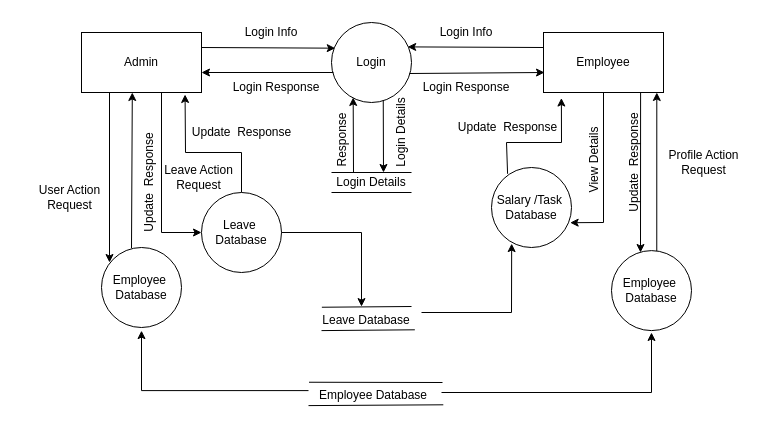
The draw.io diagram DFD1.drawio in R0shina/ems, before the edit. Source tidied: cells renumbered, new cells numbered last; positions are measured from the earlier drawing's top-left corner, leaving out a move shared by most shapes. Both pictures are drawn from the tidied source at 100%, with x=0, y=0 at pixel (17, 17).
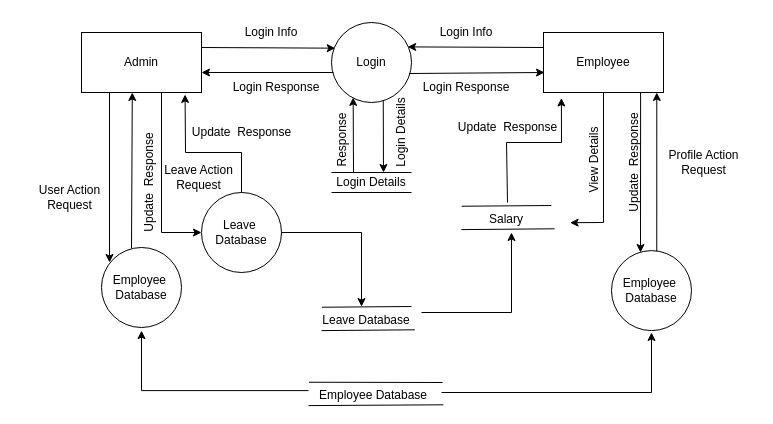
The same diagram, later.

The change refers to these unchanged cells:
```xml
<mxCell id="5" value="Employee" style="rounded=0;whiteSpace=wrap;html=1;" parent="1" vertex="1">
  <mxGeometry x="526" y="15" width="120" height="60" as="geometry" />
</mxCell>
```

What changed in the source:
```diff
@@
-    <mxCell id="34" value="Salary /Task&amp;nbsp;&lt;br&gt;Database" style="ellipse;whiteSpace=wrap;html=1;" parent="1" vertex="1">
-      <mxGeometry x="474" y="150" width="80" height="80" as="geometry" />
-    </mxCell>
-    <mxCell id="35" style="endArrow=classic;html=1;rounded=0;entryX=0.149;entryY=1.092;entryDx=0;entryDy=0;exitX=0.201;exitY=0.079;exitDx=0;exitDy=0;exitPerimeter=0;entryPerimeter=0;" parent="1" edge="1" source="34" target="5">
+    <mxCell id="35" style="endArrow=classic;html=1;rounded=0;entryX=0.149;entryY=1.092;entryDx=0;entryDy=0;entryPerimeter=0;" parent="1" edge="1" target="5">
       <mxGeometry relative="1" as="geometry">
+        <mxPoint x="490" y="185" as="sourcePoint" />
         <Array as="points">
           <mxPoint x="489" y="125" />
           <mxPoint x="544" y="125" />
         </Array>
       </mxGeometry>
     </mxCell>
-    <mxCell id="36" style="endArrow=classic;html=1;rounded=0;exitX=1;exitY=0.5;exitDx=0;exitDy=0;entryX=0.252;entryY=0.951;entryDx=0;entryDy=0;entryPerimeter=0;" parent="1" edge="1" target="34">
+    <mxCell id="36" style="endArrow=classic;html=1;rounded=0;exitX=1;exitY=0.5;exitDx=0;exitDy=0;" parent="1" edge="1">
       <mxGeometry relative="1" as="geometry">
         <mxPoint x="404" y="295" as="sourcePoint" />
+        <mxPoint x="494" y="215" as="targetPoint" />
         <Array as="points">
           <mxPoint x="494" y="295" />
         </Array>
       </mxGeometry>
     </mxCell>
@@
-    <mxCell id="38" style="endArrow=classic;html=1;rounded=0;exitX=0.5;exitY=1;exitDx=0;exitDy=0;entryX=0.983;entryY=0.69;entryDx=0;entryDy=0;entryPerimeter=0;" parent="1" edge="1" source="5" target="34">
+    <mxCell id="38" style="endArrow=classic;html=1;rounded=0;exitX=0.5;exitY=1;exitDx=0;exitDy=0;entryX=0.983;entryY=0.69;entryDx=0;entryDy=0;entryPerimeter=0;" parent="1" edge="1" source="5">
       <mxGeometry relative="1" as="geometry">
+        <mxPoint x="552.6" y="205.2" as="targetPoint" />
         <Array as="points">
           <mxPoint x="586" y="205" />
         </Array>
       </mxGeometry>
     </mxCell>
@@
+    <mxCell id="50" style="endArrow=none;html=1;rounded=0;exitX=0.004;exitY=-0.168;exitDx=0;exitDy=0;exitPerimeter=0;" parent="1" edge="1" source="51">
+      <mxGeometry relative="1" as="geometry">
+        <mxPoint x="533.8" y="188" as="targetPoint" />
+      </mxGeometry>
+    </mxCell>
+    <mxCell id="51" value="Salary" style="text;html=1;strokeColor=none;fillColor=none;align=center;verticalAlign=middle;whiteSpace=wrap;rounded=0;rotation=0;" parent="1" vertex="1">
+      <mxGeometry x="443.8" y="192.1" width="90" height="20" as="geometry" />
+    </mxCell>
+    <mxCell id="52" style="endArrow=none;html=1;rounded=0;exitX=0;exitY=1;exitDx=0;exitDy=0;entryX=1.037;entryY=0.96;entryDx=0;entryDy=0;entryPerimeter=0;" parent="1" edge="1" source="51" target="51">
+      <mxGeometry relative="1" as="geometry" />
+    </mxCell>
```
